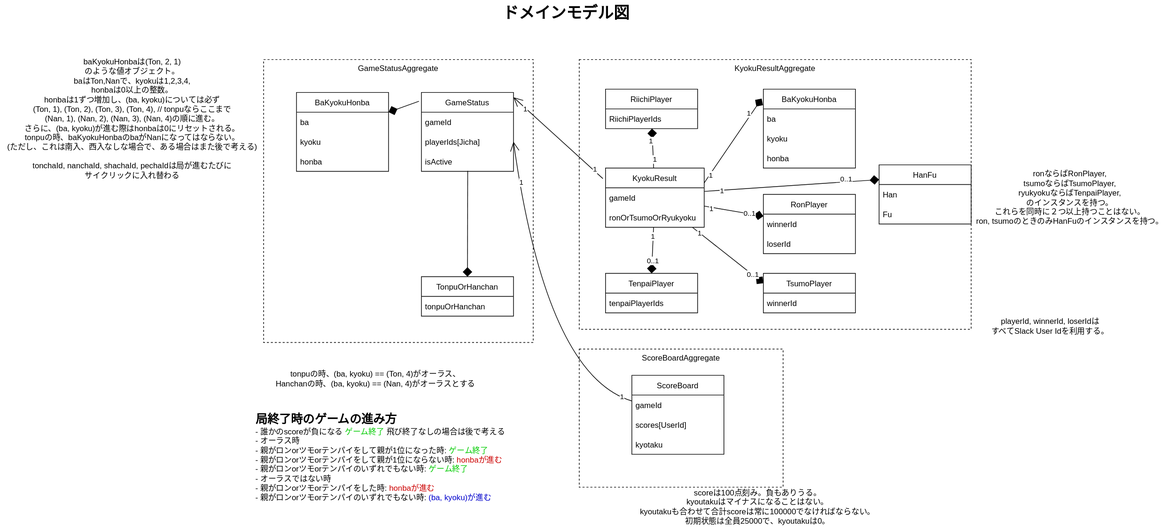
This is docs/model.drawio.svg from landcelita/mahjong-management-bot, a draw.io export, as it was before one commit. Source tidied: cells renumbered, new cells last; positions are measured from the earlier drawing's top-left corner, leaving out a move shared by most shapes.
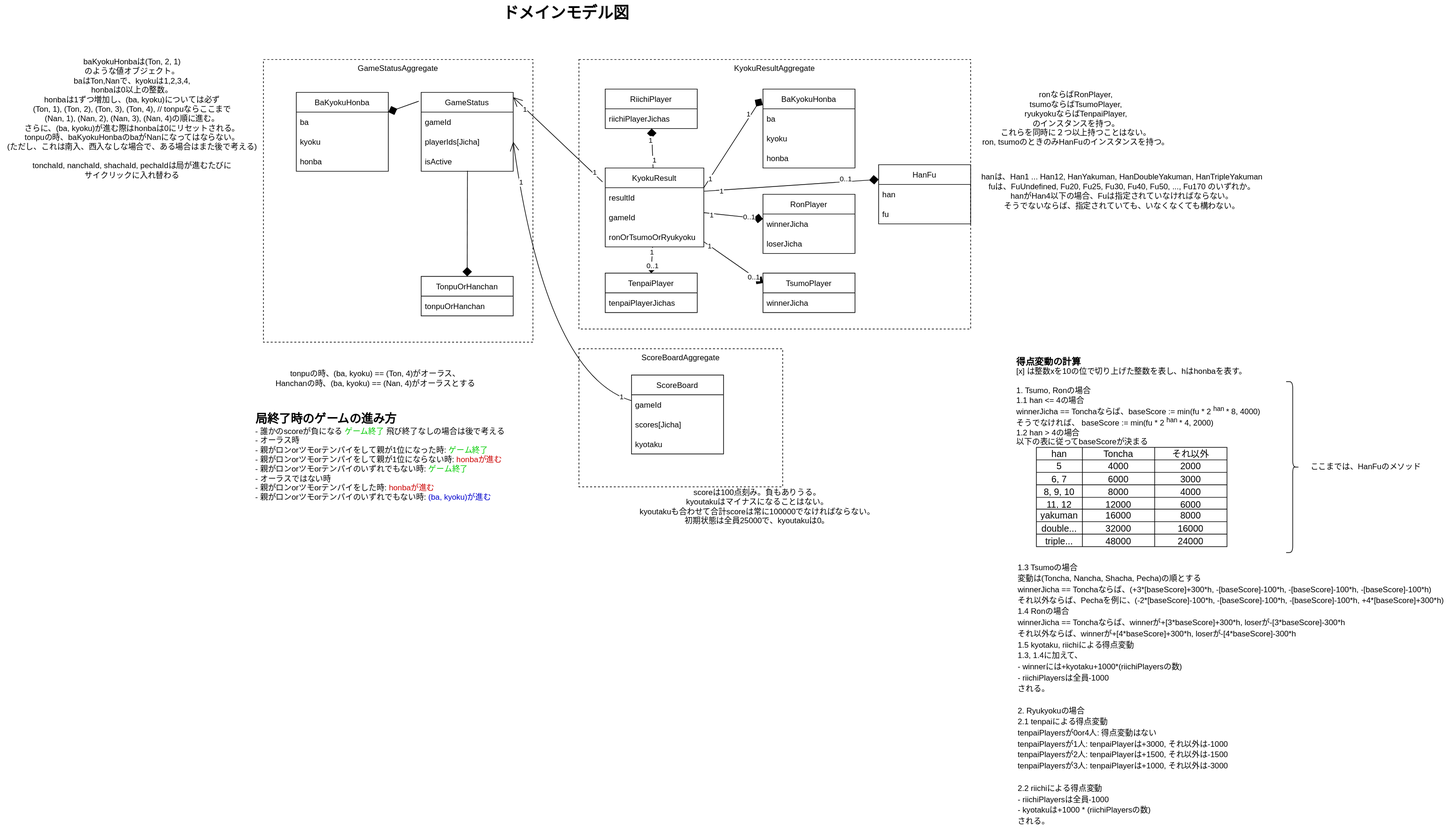
The same file after the commit.

Commit message:
ドキュメントにhanFuの遷移を詳述した

What changed in the source:
```diff
@@ -95,9 +95,12 @@
     <mxCell id="32" value="KyokuResult" style="swimlane;fontStyle=0;horizontal=1;startSize=30;fillColor=none;" parent="1" vertex="1">
-      <mxGeometry x="920" y="255" width="150" height="90" as="geometry" />
+      <mxGeometry x="920" y="255" width="150" height="120" as="geometry" />
     </mxCell>
-    <mxCell id="33" value="gameId" style="text;strokeColor=none;fillColor=none;align=left;verticalAlign=middle;spacingLeft=4;spacingRight=4;overflow=hidden;points=[[0,0.5],[1,0.5]];portConstraint=eastwest;dashed=1;" parent="32" vertex="1">
+    <mxCell id="33" value="resultId" style="text;strokeColor=none;fillColor=none;align=left;verticalAlign=middle;spacingLeft=4;spacingRight=4;overflow=hidden;points=[[0,0.5],[1,0.5]];portConstraint=eastwest;dashed=1;" parent="32" vertex="1">
       <mxGeometry y="30" width="150" height="30" as="geometry" />
     </mxCell>
+    <mxCell id="71" value="gameId" style="text;strokeColor=none;fillColor=none;align=left;verticalAlign=middle;spacingLeft=4;spacingRight=4;overflow=hidden;dashed=1;" parent="32" vertex="1">
+      <mxGeometry y="60" width="150" height="30" as="geometry" />
+    </mxCell>
     <mxCell id="34" value="ronOrTsumoOrRyukyoku" style="text;strokeColor=none;fillColor=none;align=left;verticalAlign=middle;spacingLeft=4;spacingRight=4;overflow=hidden;dashed=1;" parent="32" vertex="1">
-      <mxGeometry y="60" width="150" height="30" as="geometry" />
+      <mxGeometry y="90" width="150" height="30" as="geometry" />
     </mxCell>
@@ -106,3 +109,3 @@
     </mxCell>
-    <mxCell id="36" value="RiichiPlayerIds" style="text;strokeColor=none;fillColor=none;align=left;verticalAlign=middle;spacingLeft=4;spacingRight=4;overflow=hidden;points=[[0,0.5],[1,0.5]];portConstraint=eastwest;" parent="35" vertex="1">
+    <mxCell id="36" value="riichiPlayerJichas" style="text;strokeColor=none;fillColor=none;align=left;verticalAlign=middle;spacingLeft=4;spacingRight=4;overflow=hidden;points=[[0,0.5],[1,0.5]];portConstraint=eastwest;" parent="35" vertex="1">
       <mxGeometry y="30" width="140" height="30" as="geometry" />
@@ -124,6 +127,6 @@
     </mxCell>
-    <mxCell id="42" value="winnerId" style="text;strokeColor=none;fillColor=none;align=left;verticalAlign=middle;spacingLeft=4;spacingRight=4;overflow=hidden;points=[[0,0.5],[1,0.5]];portConstraint=eastwest;" parent="41" vertex="1">
+    <mxCell id="42" value="winnerJicha" style="text;strokeColor=none;fillColor=none;align=left;verticalAlign=middle;spacingLeft=4;spacingRight=4;overflow=hidden;points=[[0,0.5],[1,0.5]];portConstraint=eastwest;" parent="41" vertex="1">
       <mxGeometry y="30" width="140" height="30" as="geometry" />
     </mxCell>
-    <mxCell id="43" value="loserId" style="text;strokeColor=none;fillColor=none;align=left;verticalAlign=middle;spacingLeft=4;spacingRight=4;overflow=hidden;" parent="41" vertex="1">
+    <mxCell id="43" value="loserJicha" style="text;strokeColor=none;fillColor=none;align=left;verticalAlign=middle;spacingLeft=4;spacingRight=4;overflow=hidden;" parent="41" vertex="1">
       <mxGeometry y="60" width="140" height="30" as="geometry" />
@@ -133,3 +136,3 @@
     </mxCell>
-    <mxCell id="45" value="winnerId" style="text;strokeColor=none;fillColor=none;align=left;verticalAlign=middle;spacingLeft=4;spacingRight=4;overflow=hidden;" parent="44" vertex="1">
+    <mxCell id="45" value="winnerJicha" style="text;strokeColor=none;fillColor=none;align=left;verticalAlign=middle;spacingLeft=4;spacingRight=4;overflow=hidden;" parent="44" vertex="1">
       <mxGeometry y="30" width="140" height="30" as="geometry" />
@@ -139,3 +142,3 @@
     </mxCell>
-    <mxCell id="47" value="tenpaiPlayerIds" style="text;strokeColor=none;fillColor=none;align=left;verticalAlign=middle;spacingLeft=4;spacingRight=4;overflow=hidden;" parent="46" vertex="1">
+    <mxCell id="47" value="tenpaiPlayerJichas" style="text;strokeColor=none;fillColor=none;align=left;verticalAlign=middle;spacingLeft=4;spacingRight=4;overflow=hidden;" parent="46" vertex="1">
       <mxGeometry y="30" width="140" height="30" as="geometry" />
@@ -161,3 +164,3 @@
     </mxCell>
-    <mxCell id="53" value="scores[UserId]" style="text;strokeColor=none;fillColor=none;align=left;verticalAlign=middle;spacingLeft=4;spacingRight=4;overflow=hidden;" parent="51" vertex="1">
+    <mxCell id="53" value="scores[Jicha]" style="text;strokeColor=none;fillColor=none;align=left;verticalAlign=middle;spacingLeft=4;spacingRight=4;overflow=hidden;" parent="51" vertex="1">
       <mxGeometry y="60" width="140" height="30" as="geometry" />
@@ -189,7 +192,4 @@
     <mxCell id="62" value="ronならばRonPlayer,&lt;br&gt;tsumoならばTsumoPlayer,&lt;br&gt;ryukyokuならばTenpaiPlayer,&lt;br&gt;のインスタンスを持つ。&lt;br&gt;これらを同時に２つ以上持つことはない。&lt;br&gt;ron, tsumoのときのみHanFuのインスタンスを持つ。" style="text;html=1;align=center;verticalAlign=middle;strokeColor=none;fillColor=none;fontSize=12;fontColor=#000000;" parent="1" vertex="1">
-      <mxGeometry x="1476" y="255" width="300" height="90" as="geometry" />
+      <mxGeometry x="1486" y="135" width="300" height="90" as="geometry" />
     </mxCell>
-    <mxCell id="63" value="playerId, winnerId, loserIdは&lt;br&gt;すべてSlack User Idを利用する。" style="text;html=1;align=center;verticalAlign=middle;strokeColor=none;fillColor=none;fontSize=12;fontColor=#000000;" parent="1" vertex="1">
-      <mxGeometry x="1501" y="480" width="190" height="30" as="geometry" />
-    </mxCell>
     <mxCell id="64" value="tonpuの時、(ba, kyoku) == (Ton, 4)がオーラス、&lt;br&gt;Hanchanの時、(ba, kyoku) == (Nan, 4)がオーラスとする" style="text;html=1;align=center;verticalAlign=middle;strokeColor=none;fillColor=none;fontSize=12;fontColor=#000000;" parent="1" vertex="1">
@@ -200,6 +200,6 @@
     </mxCell>
-    <mxCell id="66" value="Han" style="text;strokeColor=none;fillColor=none;align=left;verticalAlign=middle;spacingLeft=4;spacingRight=4;overflow=hidden;" parent="65" vertex="1">
+    <mxCell id="66" value="han" style="text;strokeColor=none;fillColor=none;align=left;verticalAlign=middle;spacingLeft=4;spacingRight=4;overflow=hidden;" parent="65" vertex="1">
       <mxGeometry y="30" width="140" height="30" as="geometry" />
     </mxCell>
-    <mxCell id="67" value="Fu" style="text;strokeColor=none;fillColor=none;align=left;verticalAlign=middle;spacingLeft=4;spacingRight=4;overflow=hidden;" parent="65" vertex="1">
+    <mxCell id="67" value="fu" style="text;strokeColor=none;fillColor=none;align=left;verticalAlign=middle;spacingLeft=4;spacingRight=4;overflow=hidden;" parent="65" vertex="1">
       <mxGeometry y="60" width="140" height="30" as="geometry" />
@@ -215,2 +215,119 @@
     </mxCell>
+    <mxCell id="72" value="hanは、Han1 ... Han12, HanYakuman, HanDoubleYakuman, HanTripleYakuman&lt;br&gt;fuは、FuUndefined, Fu20, Fu25, Fu30, Fu40, Fu50, ..., Fu170 のいずれか。&lt;br&gt;hanがHan4以下の場合、Fuは指定されていなければならない。&lt;br&gt;そうでないならば、指定されていても、いなくなくても構わない。&lt;br&gt;&lt;br&gt;&lt;font style=&quot;font-size: 12px&quot;&gt;&lt;br&gt;&lt;/font&gt;" style="text;html=1;align=center;verticalAlign=middle;strokeColor=none;fillColor=none;" parent="1" vertex="1">
+      <mxGeometry x="1486" y="260" width="440" height="90" as="geometry" />
+    </mxCell>
+    <mxCell id="73" style="group;" parent="1" vertex="1">
+      <mxGeometry x="1536" y="540" width="390" height="291" as="geometry" />
+    </mxCell>
+    <mxCell id="74" value="&lt;div style=&quot;text-align: left&quot;&gt;&lt;b&gt;&lt;font style=&quot;font-size: 14px&quot;&gt;得点変動の計算&lt;/font&gt;&lt;/b&gt;&lt;/div&gt;&lt;div style=&quot;text-align: left&quot;&gt;&lt;font style=&quot;font-size: 12px&quot;&gt;[x] は整数xを10の位で切り上げた整数を表し、hはhonbaを表す。&lt;/font&gt;&lt;/div&gt;&lt;div style=&quot;text-align: left&quot;&gt;&lt;font style=&quot;font-size: 12px&quot;&gt;&lt;br&gt;&lt;/font&gt;&lt;/div&gt;&lt;div style=&quot;text-align: left&quot;&gt;&lt;font style=&quot;font-size: 12px&quot;&gt;1. Tsumo, Ronの場合&lt;/font&gt;&lt;/div&gt;&lt;div style=&quot;text-align: left&quot;&gt;&lt;font style=&quot;font-size: 12px&quot;&gt;1.1 han &amp;lt;= 4の場合&lt;/font&gt;&lt;/div&gt;&lt;div style=&quot;text-align: left&quot;&gt;&lt;font style=&quot;font-size: 12px&quot;&gt;winnerJicha == Tonchaならば、baseScore := min(fu * 2&lt;sup&gt;han&amp;nbsp;&lt;/sup&gt;* 8, 4000)&lt;/font&gt;&lt;/div&gt;&lt;div style=&quot;text-align: left&quot;&gt;&lt;font style=&quot;font-size: 12px&quot;&gt;そうでなければ、 baseScore := min(fu * 2&lt;sup&gt;han&amp;nbsp;&lt;/sup&gt;* 4, 2000)&lt;/font&gt;&lt;/div&gt;&lt;div style=&quot;text-align: left&quot;&gt;&lt;font style=&quot;font-size: 12px&quot;&gt;1.2 han &amp;gt; 4の場合&lt;/font&gt;&lt;/div&gt;&lt;div style=&quot;text-align: left&quot;&gt;以下の表に従ってbaseScoreが決まる&lt;/div&gt;" style="text;html=1;align=center;verticalAlign=middle;strokeColor=none;fillColor=none;" parent="73" vertex="1">
+      <mxGeometry x="5" width="380" height="140" as="geometry" />
+    </mxCell>
+    <mxCell id="75" style="shape=table;startSize=0;labelBackgroundColor=none;fontSize=12;" parent="73" vertex="1">
+      <mxGeometry x="40" y="140" width="290" height="151" as="geometry" />
+    </mxCell>
+    <mxCell id="76" style="shape=partialRectangle;fillColor=none;top=0;left=0;bottom=0;right=0;labelBackgroundColor=none;fontSize=14;" parent="75" vertex="1">
+      <mxGeometry width="290" height="19" as="geometry" />
+    </mxCell>
+    <mxCell id="77" value="han" style="shape=partialRectangle;html=1;whiteSpace=wrap;overflow=hidden;fillColor=none;top=0;left=0;bottom=0;right=0;labelBackgroundColor=none;fontSize=14;" parent="76" vertex="1">
+      <mxGeometry width="70" height="19" as="geometry" />
+    </mxCell>
+    <mxCell id="78" value="Toncha" style="shape=partialRectangle;html=1;whiteSpace=wrap;overflow=hidden;fillColor=none;top=0;left=0;bottom=0;right=0;labelBackgroundColor=none;fontSize=14;" parent="76" vertex="1">
+      <mxGeometry x="70" width="110" height="19" as="geometry" />
+    </mxCell>
+    <mxCell id="79" value="それ以外" style="shape=partialRectangle;html=1;whiteSpace=wrap;overflow=hidden;fillColor=none;top=0;left=0;bottom=0;right=0;labelBackgroundColor=none;fontSize=14;" parent="76" vertex="1">
+      <mxGeometry x="180" width="110" height="19" as="geometry" />
+    </mxCell>
+    <mxCell id="80" style="shape=partialRectangle;fillColor=none;top=0;left=0;bottom=0;right=0;labelBackgroundColor=none;fontSize=14;" parent="75" vertex="1">
+      <mxGeometry y="19" width="290" height="19" as="geometry" />
+    </mxCell>
+    <mxCell id="81" value="5" style="shape=partialRectangle;html=1;whiteSpace=wrap;overflow=hidden;fillColor=none;top=0;left=0;bottom=0;right=0;labelBackgroundColor=none;fontSize=14;" parent="80" vertex="1">
+      <mxGeometry width="70" height="19" as="geometry" />
+    </mxCell>
+    <mxCell id="82" value="4000" style="shape=partialRectangle;html=1;whiteSpace=wrap;overflow=hidden;fillColor=none;top=0;left=0;bottom=0;right=0;labelBackgroundColor=none;fontSize=14;" parent="80" vertex="1">
+      <mxGeometry x="70" width="110" height="19" as="geometry" />
+    </mxCell>
+    <mxCell id="83" value="2000" style="shape=partialRectangle;html=1;whiteSpace=wrap;overflow=hidden;fillColor=none;top=0;left=0;bottom=0;right=0;labelBackgroundColor=none;fontSize=14;" parent="80" vertex="1">
+      <mxGeometry x="180" width="110" height="19" as="geometry" />
+    </mxCell>
+    <mxCell id="84" style="shape=partialRectangle;fillColor=none;top=0;left=0;bottom=0;right=0;labelBackgroundColor=none;fontSize=14;" parent="75" vertex="1">
+      <mxGeometry y="38" width="290" height="19" as="geometry" />
+    </mxCell>
+    <mxCell id="85" value="6, 7" style="shape=partialRectangle;html=1;whiteSpace=wrap;overflow=hidden;fillColor=none;top=0;left=0;bottom=0;right=0;labelBackgroundColor=none;fontSize=14;" parent="84" vertex="1">
+      <mxGeometry width="70" height="19" as="geometry" />
+    </mxCell>
+    <mxCell id="86" value="6000" style="shape=partialRectangle;html=1;whiteSpace=wrap;overflow=hidden;fillColor=none;top=0;left=0;bottom=0;right=0;labelBackgroundColor=none;fontSize=14;" parent="84" vertex="1">
+      <mxGeometry x="70" width="110" height="19" as="geometry" />
+    </mxCell>
+    <mxCell id="87" value="3000" style="shape=partialRectangle;html=1;whiteSpace=wrap;overflow=hidden;fillColor=none;top=0;left=0;bottom=0;right=0;labelBackgroundColor=none;fontSize=14;" parent="84" vertex="1">
+      <mxGeometry x="180" width="110" height="19" as="geometry" />
+    </mxCell>
+    <mxCell id="88" style="shape=partialRectangle;fillColor=none;top=0;left=0;bottom=0;right=0;labelBackgroundColor=none;fontSize=14;" parent="75" vertex="1">
+      <mxGeometry y="57" width="290" height="19" as="geometry" />
+    </mxCell>
+    <mxCell id="89" value="8, 9, 10" style="shape=partialRectangle;html=1;whiteSpace=wrap;overflow=hidden;fillColor=none;top=0;left=0;bottom=0;right=0;labelBackgroundColor=none;fontSize=14;" parent="88" vertex="1">
+      <mxGeometry width="70" height="19" as="geometry" />
+    </mxCell>
+    <mxCell id="90" value="8000" style="shape=partialRectangle;html=1;whiteSpace=wrap;overflow=hidden;fillColor=none;top=0;left=0;bottom=0;right=0;labelBackgroundColor=none;fontSize=14;" parent="88" vertex="1">
+      <mxGeometry x="70" width="110" height="19" as="geometry" />
+    </mxCell>
+    <mxCell id="91" value="4000" style="shape=partialRectangle;html=1;whiteSpace=wrap;overflow=hidden;fillColor=none;top=0;left=0;bottom=0;right=0;labelBackgroundColor=none;fontSize=14;" parent="88" vertex="1">
+      <mxGeometry x="180" width="110" height="19" as="geometry" />
+    </mxCell>
+    <mxCell id="92" style="shape=partialRectangle;fillColor=none;top=0;left=0;bottom=0;right=0;labelBackgroundColor=none;fontSize=14;" parent="75" vertex="1">
+      <mxGeometry y="76" width="290" height="18" as="geometry" />
+    </mxCell>
+    <mxCell id="93" value="11, 12" style="shape=partialRectangle;html=1;whiteSpace=wrap;overflow=hidden;fillColor=none;top=0;left=0;bottom=0;right=0;labelBackgroundColor=none;fontSize=14;" parent="92" vertex="1">
+      <mxGeometry width="70" height="18" as="geometry" />
+    </mxCell>
+    <mxCell id="94" value="12000" style="shape=partialRectangle;html=1;whiteSpace=wrap;overflow=hidden;fillColor=none;top=0;left=0;bottom=0;right=0;labelBackgroundColor=none;fontSize=14;" parent="92" vertex="1">
+      <mxGeometry x="70" width="110" height="18" as="geometry" />
+    </mxCell>
+    <mxCell id="95" value="6000" style="shape=partialRectangle;html=1;whiteSpace=wrap;overflow=hidden;fillColor=none;top=0;left=0;bottom=0;right=0;labelBackgroundColor=none;fontSize=14;" parent="92" vertex="1">
+      <mxGeometry x="180" width="110" height="18" as="geometry" />
+    </mxCell>
+    <mxCell id="96" style="shape=partialRectangle;fillColor=none;top=0;left=0;bottom=0;right=0;labelBackgroundColor=none;fontSize=14;" parent="75" vertex="1">
+      <mxGeometry y="94" width="290" height="19" as="geometry" />
+    </mxCell>
+    <mxCell id="97" value="yakuman" style="shape=partialRectangle;html=1;whiteSpace=wrap;overflow=hidden;fillColor=none;top=0;left=0;bottom=0;right=0;labelBackgroundColor=none;fontSize=14;" parent="96" vertex="1">
+      <mxGeometry width="70" height="19" as="geometry" />
+    </mxCell>
+    <mxCell id="98" value="16000" style="shape=partialRectangle;html=1;whiteSpace=wrap;overflow=hidden;fillColor=none;top=0;left=0;bottom=0;right=0;labelBackgroundColor=none;fontSize=14;" parent="96" vertex="1">
+      <mxGeometry x="70" width="110" height="19" as="geometry" />
+    </mxCell>
+    <mxCell id="99" value="8000" style="shape=partialRectangle;html=1;whiteSpace=wrap;overflow=hidden;fillColor=none;top=0;left=0;bottom=0;right=0;labelBackgroundColor=none;fontSize=14;" parent="96" vertex="1">
+      <mxGeometry x="180" width="110" height="19" as="geometry" />
+    </mxCell>
+    <mxCell id="100" style="shape=partialRectangle;fillColor=none;top=0;left=0;bottom=0;right=0;labelBackgroundColor=none;fontSize=14;" parent="75" vertex="1">
+      <mxGeometry y="113" width="290" height="19" as="geometry" />
+    </mxCell>
+    <mxCell id="101" value="double..." style="shape=partialRectangle;html=1;whiteSpace=wrap;overflow=hidden;fillColor=none;top=0;left=0;bottom=0;right=0;labelBackgroundColor=none;fontSize=14;" parent="100" vertex="1">
+      <mxGeometry width="70" height="19" as="geometry" />
+    </mxCell>
+    <mxCell id="102" value="32000" style="shape=partialRectangle;html=1;whiteSpace=wrap;overflow=hidden;fillColor=none;top=0;left=0;bottom=0;right=0;labelBackgroundColor=none;fontSize=14;" parent="100" vertex="1">
+      <mxGeometry x="70" width="110" height="19" as="geometry" />
+    </mxCell>
+    <mxCell id="103" value="16000" style="shape=partialRectangle;html=1;whiteSpace=wrap;overflow=hidden;fillColor=none;top=0;left=0;bottom=0;right=0;labelBackgroundColor=none;fontSize=14;" parent="100" vertex="1">
+      <mxGeometry x="180" width="110" height="19" as="geometry" />
+    </mxCell>
+    <mxCell id="104" style="shape=partialRectangle;fillColor=none;top=0;left=0;bottom=0;right=0;labelBackgroundColor=none;fontSize=14;" parent="75" vertex="1">
+      <mxGeometry y="132" width="290" height="19" as="geometry" />
+    </mxCell>
+    <mxCell id="105" value="triple..." style="shape=partialRectangle;html=1;whiteSpace=wrap;overflow=hidden;fillColor=none;top=0;left=0;bottom=0;right=0;labelBackgroundColor=none;fontSize=14;" parent="104" vertex="1">
+      <mxGeometry width="70" height="19" as="geometry" />
+    </mxCell>
+    <mxCell id="106" value="48000" style="shape=partialRectangle;html=1;whiteSpace=wrap;overflow=hidden;fillColor=none;top=0;left=0;bottom=0;right=0;labelBackgroundColor=none;fontSize=14;" parent="104" vertex="1">
+      <mxGeometry x="70" width="110" height="19" as="geometry" />
+    </mxCell>
+    <mxCell id="107" value="24000" style="shape=partialRectangle;html=1;whiteSpace=wrap;overflow=hidden;fillColor=none;top=0;left=0;bottom=0;right=0;labelBackgroundColor=none;fontSize=14;" parent="104" vertex="1">
+      <mxGeometry x="180" width="110" height="19" as="geometry" />
+    </mxCell>
+    <mxCell id="108" value="&lt;span style=&quot;font-size: 12px&quot;&gt;1.3 Tsumoの場合&lt;br&gt;変動は(Toncha, Nancha, Shacha, Pecha)の順とする&lt;br&gt;winnerJicha == Tonchaならば、(+3*[baseScore]+300*h, -[baseScore]-100*h, -[baseScore]-100*h, -[baseScore]-100*h)&lt;br&gt;それ以外ならば、Pechaを例に、(-2*[baseScore]-100*h, -[baseScore]-100*h, -[baseScore]-100*h, +4*[baseScore]+300*h)&lt;br&gt;1.4 Ronの場合&lt;br&gt;winnerJicha == Tonchaならば、winnerが+[3*baseScore]+300*h, loserが-[3*baseScore]-300*h&lt;br&gt;それ以外ならば、winnerが+[4*baseScore]+300*h, loserが-[4*baseScore]-300*h&lt;br&gt;1.5 kyotaku, riichiによる得点変動&lt;br&gt;1.3, 1.4に加えて、&lt;br&gt;&amp;nbsp;- winnerには+kyotaku+1000*(riichiPlayersの数)&lt;br&gt;&amp;nbsp;- riichiPlayersは全員-1000&lt;br&gt;される。&lt;br&gt;&lt;br&gt;2. Ryukyokuの場合&lt;br&gt;2.1 tenpaiによる得点変動&lt;br&gt;tenpaiPlayersが0or4人: 得点変動はない&lt;br&gt;tenpaiPlayersが1人: tenpaiPlayerは+3000, それ以外は-1000&lt;br&gt;tenpaiPlayersが2人: tenpaiPlayerは+1500, それ以外は-1500&lt;br&gt;tenpaiPlayersが3人: tenpaiPlayerは+1000, それ以外は-3000&lt;br&gt;&lt;br&gt;2.2 riichiによる得点変動&lt;br&gt;&amp;nbsp;- riichiPlayersは全員-1000&lt;br&gt;&amp;nbsp;- kyotakuは+1000 * (riichiPlayersの数)&lt;br&gt;される。&lt;br&gt;&lt;/span&gt;" style="text;html=1;align=left;verticalAlign=middle;strokeColor=none;fillColor=none;fontSize=14;" parent="1" vertex="1">
+      <mxGeometry x="1546" y="850" width="660" height="410" as="geometry" />
+    </mxCell>
+    <mxCell id="109" style="shape=curlyBracket;whiteSpace=wrap;html=1;rounded=1;flipH=1;" parent="1" vertex="1">
+      <mxGeometry x="1956" y="580" width="20" height="260" as="geometry" />
+    </mxCell>
+    <mxCell id="110" value="ここまでは、HanFuのメソッド" style="text;html=1;align=center;verticalAlign=middle;strokeColor=none;fillColor=none;" parent="1" vertex="1">
+      <mxGeometry x="1987" y="700" width="180" height="20" as="geometry" />
+    </mxCell>
   </root>
```
